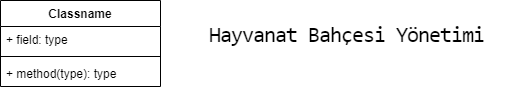
Before: OOP/Hayvanat Bahçesi Yönetimi/Hayvanat Bahçesi Yönetimi.drawio.png, a diagram exported from draw.io (necati1054/patika). Source tidied: cells renumbered, new cells last; positions are measured from the earlier drawing's top-left corner, leaving out a move shared by most shapes.
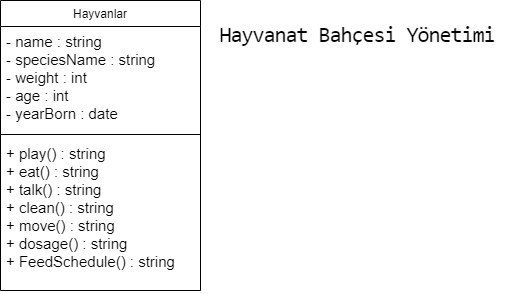
Later version of the same file.

Commit message:
Hayvanat Bahçesi Yönetimi

Diff of the diagram source:
```diff
@@ -2,20 +2,20 @@
   <root>
     <mxCell id="0" />
     <mxCell id="1" parent="0" />
-    <mxCell id="2" value="&lt;h2 style=&quot;box-sizing: border-box; margin-top: 15px; margin-bottom: 0.5rem; font-weight: 400; line-height: 1.2; font-size: 22px; font-family: &amp;quot;Roboto Mono&amp;quot;, monospace; letter-spacing: -0.05em; font-style: normal; font-variant-ligatures: normal; font-variant-caps: normal; orphans: 2; text-align: left; text-indent: 0px; text-transform: none; widows: 2; word-spacing: 0px; -webkit-text-stroke-width: 0px; text-decoration-thickness: initial; text-decoration-style: initial; text-decoration-color: initial;&quot; class=&quot;lesson-name&quot;&gt;Hayvanat Bahçesi Yönetimi&lt;/h2&gt;" style="text;whiteSpace=wrap;html=1;fontColor=default;labelBackgroundColor=none;" parent="1" vertex="1">
+    <mxCell id="2" value="&lt;h2 style=&quot;box-sizing: border-box; margin-top: 15px; margin-bottom: 0.5rem; font-weight: 400; line-height: 1.2; font-size: 22px; font-family: &amp;quot;Roboto Mono&amp;quot;, monospace; letter-spacing: -0.05em; font-style: normal; font-variant-ligatures: normal; font-variant-caps: normal; orphans: 2; text-indent: 0px; text-transform: none; widows: 2; word-spacing: 0px; -webkit-text-stroke-width: 0px; text-decoration-thickness: initial; text-decoration-style: initial; text-decoration-color: initial;&quot; class=&quot;lesson-name&quot;&gt;Hayvanat Bahçesi Yönetimi&lt;/h2&gt;" style="text;whiteSpace=wrap;html=1;fontColor=default;labelBackgroundColor=none;verticalAlign=top;align=center;" parent="1" vertex="1">
       <mxGeometry x="207" width="300" height="60" as="geometry" />
     </mxCell>
-    <mxCell id="3" value="Classname" style="swimlane;fontStyle=1;align=center;verticalAlign=top;horizontal=1;startSize=26;labelBackgroundColor=none;fontColor=default;" parent="1" vertex="1">
-      <mxGeometry width="160" height="86" as="geometry" />
+    <mxCell id="3" value="Hayvanlar" style="swimlane;fontStyle=0;align=center;verticalAlign=top;horizontal=1;startSize=26;labelBackgroundColor=none;fontColor=default;" parent="1" vertex="1">
+      <mxGeometry width="200" height="290" as="geometry" />
     </mxCell>
-    <mxCell id="4" value="+ field: type" style="text;strokeColor=none;fillColor=none;align=left;verticalAlign=top;spacingLeft=4;spacingRight=4;overflow=hidden;labelBackgroundColor=none;fontColor=default;" parent="3" vertex="1">
-      <mxGeometry y="26" width="160" height="26" as="geometry" />
+    <mxCell id="4" value="- name : string&#10;- speciesName : string&#10;- weight : int&#10;- age : int&#10;- yearBorn : date" style="text;strokeColor=none;fillColor=none;align=left;verticalAlign=top;spacingLeft=4;spacingRight=4;overflow=hidden;labelBackgroundColor=none;fontColor=default;fontSize=15;" parent="3" vertex="1">
+      <mxGeometry y="26" width="200" height="104" as="geometry" />
     </mxCell>
     <mxCell id="5" style="line;strokeWidth=1;fillColor=none;align=left;verticalAlign=middle;spacingTop=-1;spacingLeft=3;spacingRight=3;labelPosition=right;labelBackgroundColor=none;fontColor=default;" parent="3" vertex="1">
-      <mxGeometry y="52" width="160" height="8" as="geometry" />
+      <mxGeometry y="130" width="200" height="8" as="geometry" />
     </mxCell>
-    <mxCell id="6" value="+ method(type): type" style="text;strokeColor=none;fillColor=none;align=left;verticalAlign=top;spacingLeft=4;spacingRight=4;overflow=hidden;labelBackgroundColor=none;fontColor=default;" parent="3" vertex="1">
-      <mxGeometry y="60" width="160" height="26" as="geometry" />
+    <mxCell id="6" value="+ play() : string&#10;+ eat() : string&#10;+ talk() : string&#10;+ clean() : string&#10;+ move() : string&#10;+ dosage() : string&#10;+ FeedSchedule() : string" style="text;strokeColor=none;fillColor=none;align=left;verticalAlign=top;spacingLeft=4;spacingRight=4;overflow=hidden;labelBackgroundColor=none;fontColor=default;fontSize=15;" parent="3" vertex="1">
+      <mxGeometry y="138" width="200" height="152" as="geometry" />
     </mxCell>
   </root>
 </mxGraphModel>
```
